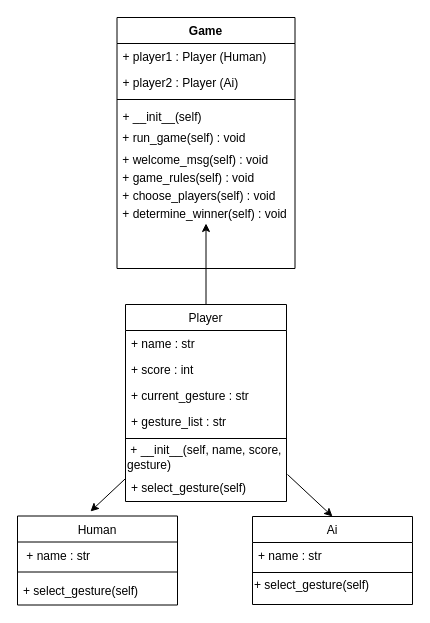
riveraxcheri/RPSLS keeps this draw.io diagram as RPSLS UML.drawio. Above is the earlier version. Source tidied: cells renumbered, new cells numbered last; positions are measured from the earlier drawing's top-left corner, leaving out a move shared by most shapes. Both pictures are drawn from the tidied source at 100%, with x=0, y=0 at pixel (17, 17).
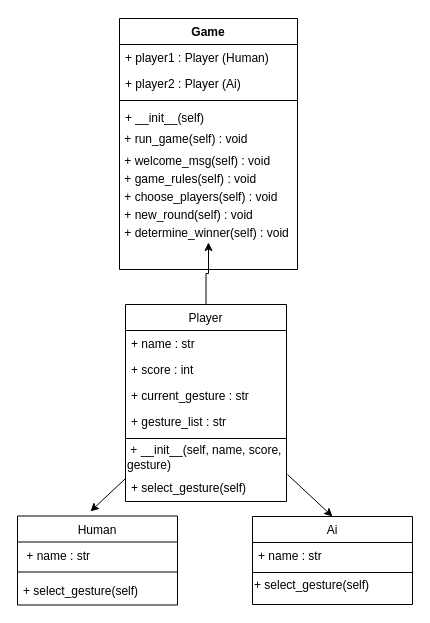
Above is the later version.

Commit message (it also covers changes not shown here):
Fix select_gesture and new_round process

Diff of the diagram source:
```diff
@@
     <mxCell id="2" value="Game" style="swimlane;fontStyle=1;align=center;verticalAlign=top;horizontal=1;startSize=26;rounded=0;shadow=0;strokeWidth=1;" parent="1" vertex="1">
-      <mxGeometry x="99.5" width="178" height="251" as="geometry" />
+      <mxGeometry x="102" y="1" width="178" height="251" as="geometry" />
     </mxCell>
@@
+    <mxCell id="31" value="&amp;nbsp;+ new_round(self) : void" style="text;html=1;align=left;verticalAlign=middle;fillColor=none;strokeColor=none;rounded=0;" parent="2" vertex="1">
+      <mxGeometry y="188" width="178" height="18" as="geometry" />
+    </mxCell>
     <mxCell id="11" value="&amp;nbsp;+ determine_winner(self) : void" style="text;html=1;align=left;verticalAlign=middle;points=[];fillColor=none;strokeColor=none;rounded=0;" parent="2" vertex="1">
-      <mxGeometry y="188" width="178" height="18" as="geometry" />
+      <mxGeometry y="206" width="178" height="18" as="geometry" />
     </mxCell>
```
